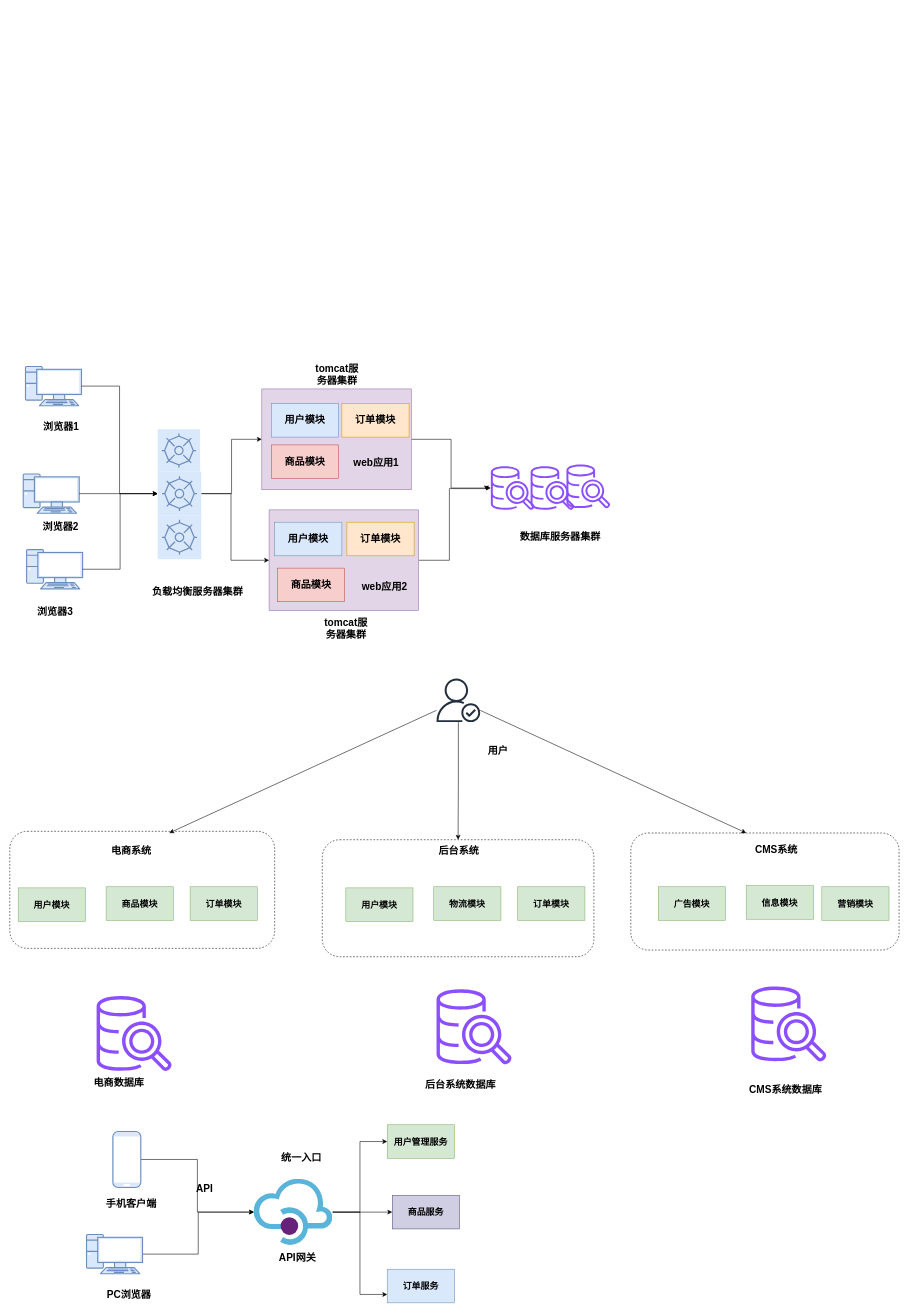
Earlier version of the draw.io diagram page "第 1 页" (1 of 2) of SpringCloud.drawio (pkqzyh/pkqzyh.github.io). Source tidied: cells renumbered, new cells numbered last; positions are measured from the earlier drawing's top-left corner, leaving out a move shared by most shapes. Both pictures are drawn from the tidied source at 56%, with x=0, y=0 at pixel (10, 366).
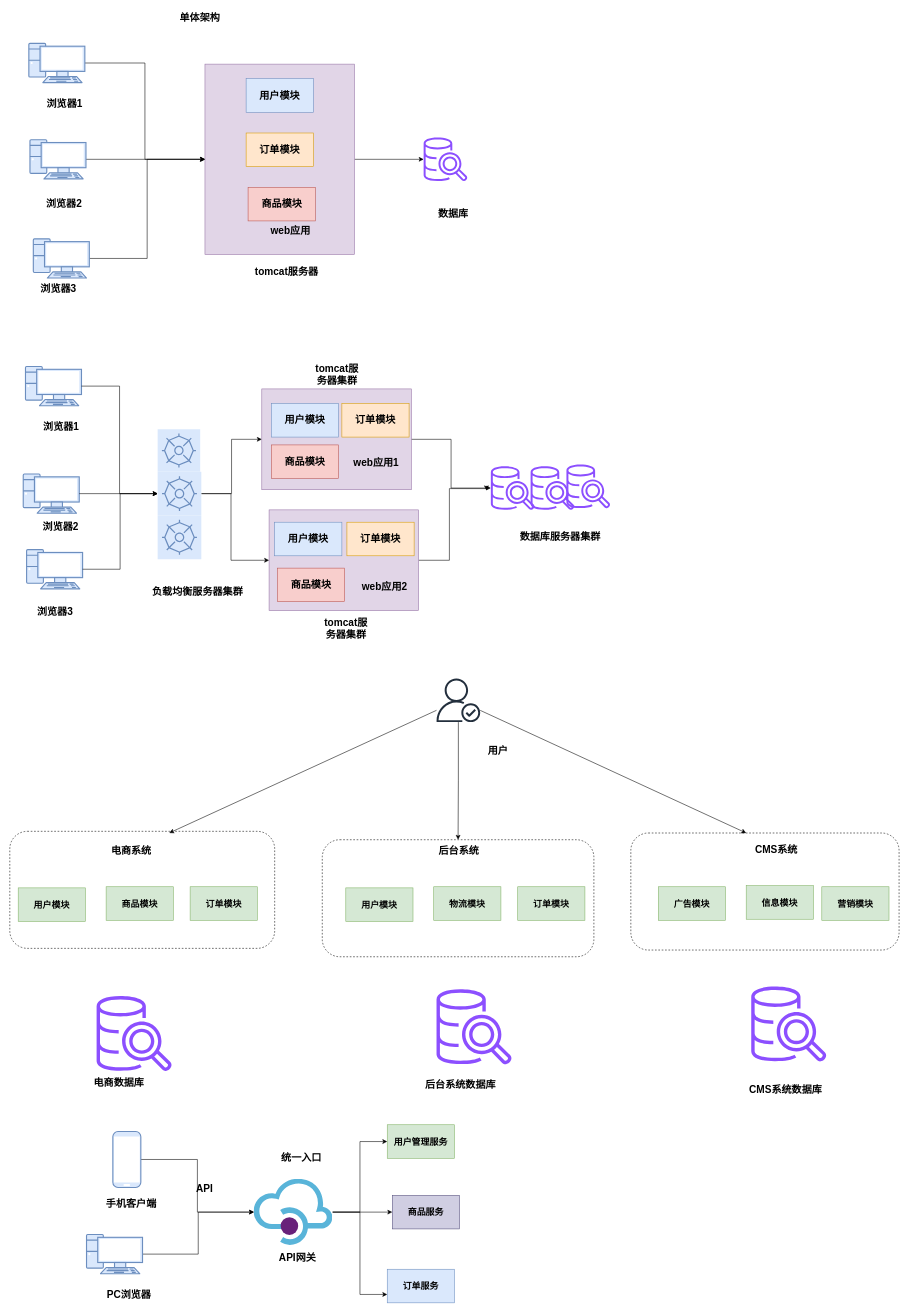
The same diagram, later.

What changed in the source:
```diff
@@
+    <mxCell id="77" style="edgeStyle=orthogonalEdgeStyle;rounded=0;jettySize=auto;html=1;" parent="1" edge="1" source="78" target="92">
+      <mxGeometry relative="1" as="geometry" />
+    </mxCell>
+    <mxCell id="78" value="&lt;span style=&quot;font-size: 18px;&quot;&gt;&lt;b style=&quot;font-size: 18px;&quot;&gt;&amp;nbsp;&lt;/b&gt;&lt;/span&gt;" style="rounded=0;whiteSpace=wrap;html=1;fillColor=#e1d5e7;strokeColor=#9673a6;fontSize=18;" parent="1" vertex="1">
+      <mxGeometry x="348.5" y="-540" width="267" height="340" as="geometry" />
+    </mxCell>
+    <mxCell id="79" style="edgeStyle=orthogonalEdgeStyle;rounded=0;jettySize=auto;html=1;" parent="1" edge="1" source="80" target="78">
+      <mxGeometry relative="1" as="geometry" />
+    </mxCell>
+    <mxCell id="80" style="verticalAlign=top;verticalLabelPosition=bottom;labelPosition=center;align=center;html=1;outlineConnect=0;fillColor=#dae8fc;strokeColor=#6c8ebf;gradientDirection=north;strokeWidth=2;shape=mxgraph.networks.pc;fontSize=18;" parent="1" vertex="1">
+      <mxGeometry x="34" y="-577" width="100" height="70" as="geometry" />
+    </mxCell>
+    <mxCell id="81" style="edgeStyle=orthogonalEdgeStyle;rounded=0;jettySize=auto;html=1;" parent="1" edge="1" source="82" target="78">
+      <mxGeometry relative="1" as="geometry" />
+    </mxCell>
+    <mxCell id="82" style="verticalAlign=top;verticalLabelPosition=bottom;labelPosition=center;align=center;html=1;outlineConnect=0;fillColor=#dae8fc;strokeColor=#6c8ebf;gradientDirection=north;strokeWidth=2;shape=mxgraph.networks.pc;fontSize=18;" parent="1" vertex="1">
+      <mxGeometry x="36" y="-405" width="100" height="70" as="geometry" />
+    </mxCell>
+    <mxCell id="83" style="edgeStyle=orthogonalEdgeStyle;rounded=0;jettySize=auto;html=1;entryX=0;entryY=0.5;entryDx=0;entryDy=0;" parent="1" edge="1" source="84" target="78">
+      <mxGeometry relative="1" as="geometry" />
+    </mxCell>
+    <mxCell id="84" style="verticalAlign=top;verticalLabelPosition=bottom;labelPosition=center;align=center;html=1;outlineConnect=0;fillColor=#dae8fc;strokeColor=#6c8ebf;gradientDirection=north;strokeWidth=2;shape=mxgraph.networks.pc;fontSize=18;" parent="1" vertex="1">
+      <mxGeometry x="42" y="-228" width="100" height="70" as="geometry" />
+    </mxCell>
+    <mxCell id="85" value="&lt;b style=&quot;font-size: 18px;&quot;&gt;&lt;font style=&quot;font-size: 18px;&quot;&gt;浏览器1&lt;/font&gt;&lt;/b&gt;" style="text;html=1;align=center;verticalAlign=middle;whiteSpace=wrap;rounded=0;fontSize=18;" parent="1" vertex="1">
+      <mxGeometry x="60" y="-484" width="76" height="30" as="geometry" />
+    </mxCell>
+    <mxCell id="86" value="&lt;b style=&quot;font-size: 18px;&quot;&gt;&lt;font style=&quot;font-size: 18px;&quot;&gt;浏览器2&lt;/font&gt;&lt;/b&gt;" style="text;html=1;align=center;verticalAlign=middle;whiteSpace=wrap;rounded=0;fontSize=18;" parent="1" vertex="1">
+      <mxGeometry x="56" y="-305" width="82" height="30" as="geometry" />
+    </mxCell>
+    <mxCell id="87" value="&lt;b style=&quot;font-size: 18px;&quot;&gt;&lt;font style=&quot;font-size: 18px;&quot;&gt;浏览器3&lt;/font&gt;&lt;/b&gt;" style="text;html=1;align=center;verticalAlign=middle;whiteSpace=wrap;rounded=0;fontSize=18;" parent="1" vertex="1">
+      <mxGeometry x="50" y="-154" width="74" height="30" as="geometry" />
+    </mxCell>
+    <mxCell id="88" value="&lt;span style=&quot;font-size: 18px;&quot;&gt;&lt;b style=&quot;font-size: 18px;&quot;&gt;用户模块&lt;/b&gt;&lt;/span&gt;" style="rounded=0;whiteSpace=wrap;html=1;fillColor=#dae8fc;strokeColor=#6c8ebf;fontSize=18;" parent="1" vertex="1">
+      <mxGeometry x="422" y="-514" width="120" height="60" as="geometry" />
+    </mxCell>
+    <mxCell id="89" value="&lt;span style=&quot;font-size: 18px;&quot;&gt;&lt;b style=&quot;font-size: 18px;&quot;&gt;订单模块&lt;/b&gt;&lt;/span&gt;" style="rounded=0;whiteSpace=wrap;html=1;fillColor=#ffe6cc;strokeColor=#d79b00;fontSize=18;" parent="1" vertex="1">
+      <mxGeometry x="422" y="-417" width="120" height="60" as="geometry" />
+    </mxCell>
+    <mxCell id="90" value="&lt;span style=&quot;font-size: 18px;&quot;&gt;&lt;b style=&quot;font-size: 18px;&quot;&gt;商品模块&lt;/b&gt;&lt;/span&gt;" style="rounded=0;whiteSpace=wrap;html=1;fillColor=#f8cecc;strokeColor=#b85450;fontSize=18;" parent="1" vertex="1">
+      <mxGeometry x="425.5" y="-320" width="120" height="60" as="geometry" />
+    </mxCell>
+    <mxCell id="91" value="&lt;b style=&quot;font-size: 18px;&quot;&gt;&lt;font style=&quot;font-size: 18px;&quot;&gt;web应用&lt;/font&gt;&lt;/b&gt;" style="text;html=1;align=center;verticalAlign=middle;whiteSpace=wrap;rounded=0;fontSize=18;" parent="1" vertex="1">
+      <mxGeometry x="457" y="-258" width="88.5" height="30" as="geometry" />
+    </mxCell>
+    <mxCell id="92" style="sketch=0;outlineConnect=0;fontColor=#232F3E;gradientColor=none;fillColor=#8C4FFF;strokeColor=none;dashed=0;verticalLabelPosition=bottom;verticalAlign=top;align=center;html=1;fontSize=18;fontStyle=0;shape=mxgraph.aws4.redshift_query_editor_v20_light;" parent="1" vertex="1">
+      <mxGeometry x="739" y="-409" width="78" height="78" as="geometry" />
+    </mxCell>
+    <mxCell id="93" value="&lt;font style=&quot;font-size: 18px;&quot;&gt;&lt;b style=&quot;font-size: 18px;&quot;&gt;数据库&lt;/b&gt;&lt;/font&gt;" style="text;html=1;align=center;verticalAlign=middle;whiteSpace=wrap;rounded=0;fontSize=18;" parent="1" vertex="1">
+      <mxGeometry x="707" y="-288" width="170" height="30" as="geometry" />
+    </mxCell>
+    <mxCell id="94" value="&lt;b style=&quot;font-size: 18px;&quot;&gt;&lt;font style=&quot;font-size: 18px;&quot;&gt;tomcat服务器&lt;/font&gt;&lt;/b&gt;" style="text;html=1;align=center;verticalAlign=middle;whiteSpace=wrap;rounded=0;fontSize=18;" parent="1" vertex="1">
+      <mxGeometry x="411.5" y="-184" width="165" height="30" as="geometry" />
+    </mxCell>
+    <mxCell id="95" value="&lt;b style=&quot;font-size: 18px;&quot;&gt;&lt;font style=&quot;font-size: 18px;&quot;&gt;单体架构&lt;/font&gt;&lt;/b&gt;" style="text;html=1;align=center;verticalAlign=middle;whiteSpace=wrap;rounded=0;fontSize=18;" parent="1" vertex="1">
+      <mxGeometry x="297" y="-637" width="85" height="30" as="geometry" />
+    </mxCell>
```
